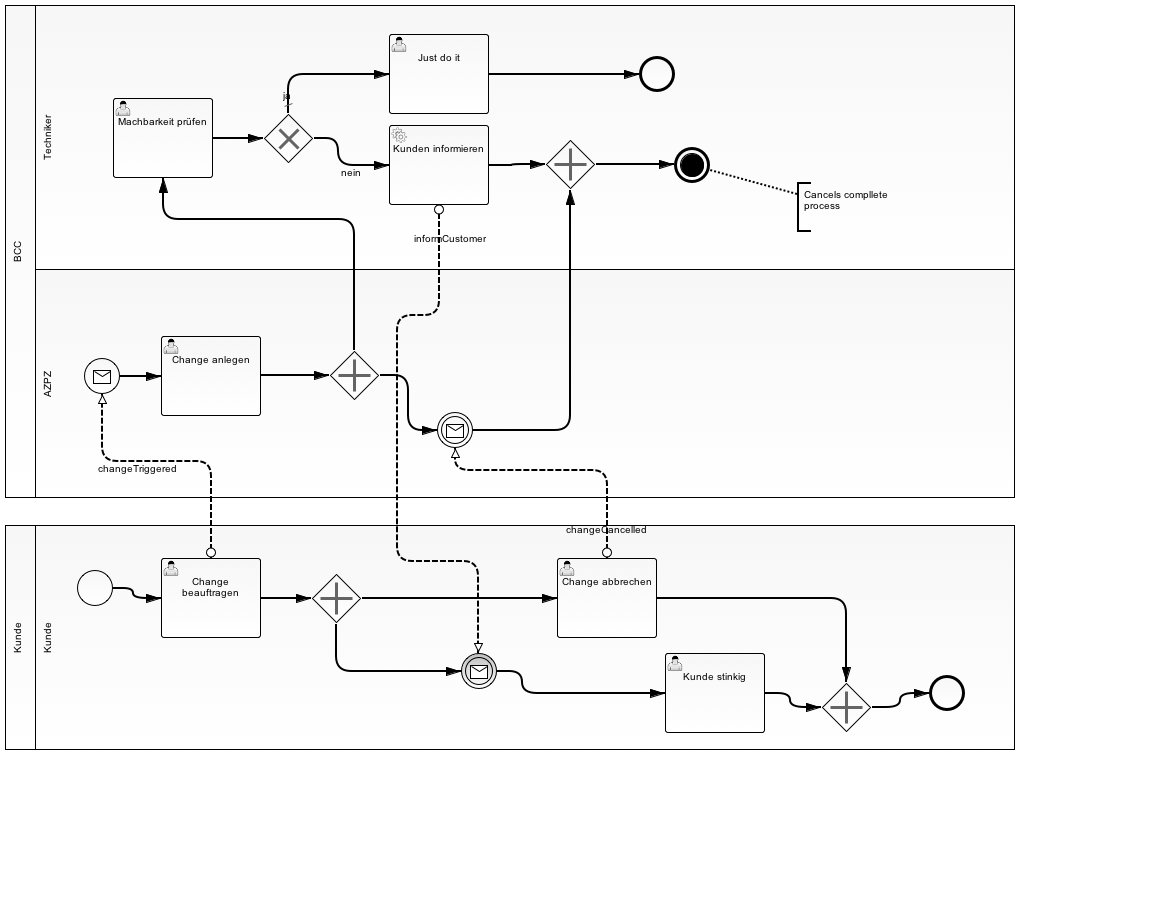
gheddie/bpmn20_examples keeps this BPMN diagram as change-process/src/main/resources/ChangeProcess.png. Above is the earlier version. Its source is kept beside it as change-process/src/main/resources/ChangeProcess.bpmn. Ids are renumbered.
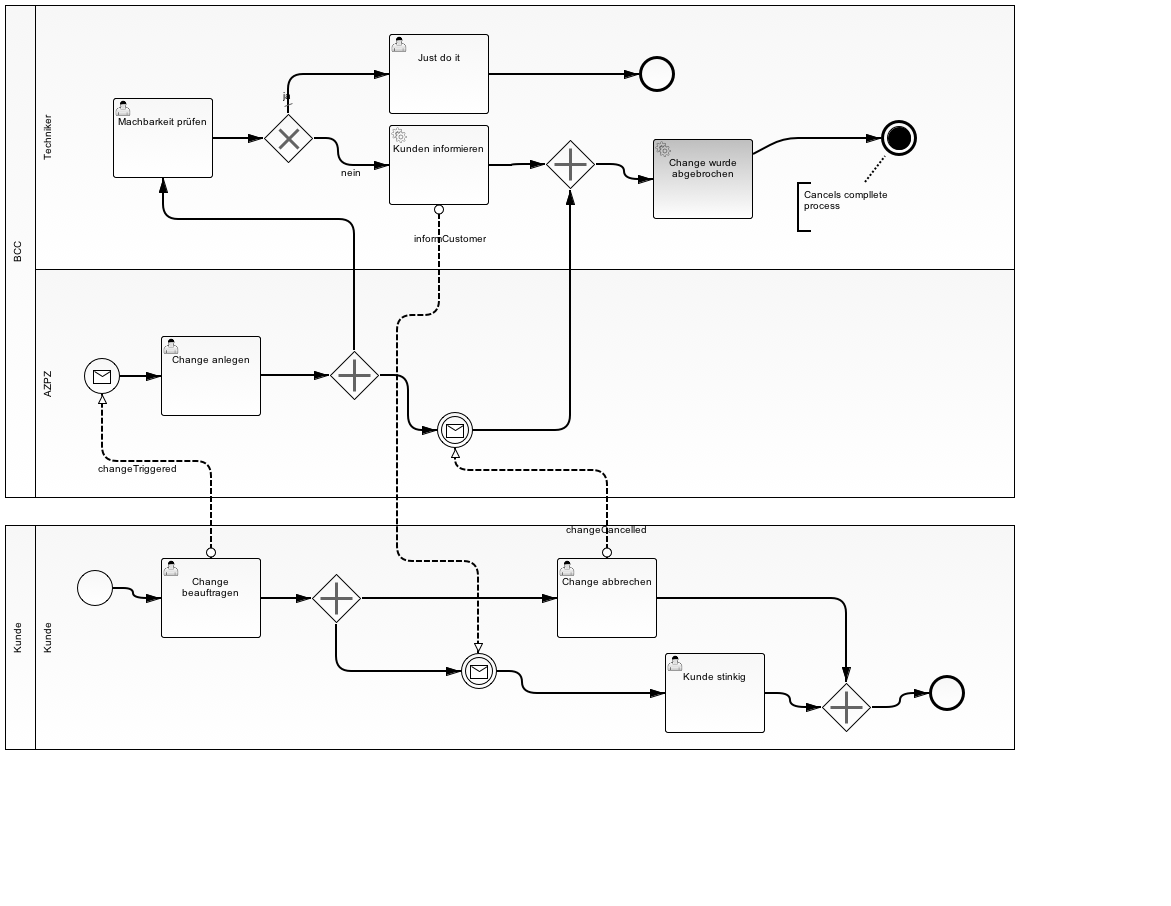
Above is the later version.

Change to the diagram source:
```diff
@@ -14,8 +14,9 @@
         <bpmn2:flowNodeRef>UserTask_5</bpmn2:flowNodeRef>
         <bpmn2:flowNodeRef>UserTask_6</bpmn2:flowNodeRef>
         <bpmn2:flowNodeRef>EndEvent_5</bpmn2:flowNodeRef>
+        <bpmn2:flowNodeRef>ParallelGateway_3</bpmn2:flowNodeRef>
         <bpmn2:flowNodeRef>EndEvent_6</bpmn2:flowNodeRef>
-        <bpmn2:flowNodeRef>ParallelGateway_3</bpmn2:flowNodeRef>
+        <bpmn2:flowNodeRef>ServiceTask_1</bpmn2:flowNodeRef>
       </bpmn2:lane>
       <bpmn2:lane id="Lane_3" name="AZPZ">
         <bpmn2:flowNodeRef>StartEvent_2</bpmn2:flowNodeRef>
@@ -79,16 +80,21 @@
     </bpmn2:endEvent>
     <bpmn2:sequenceFlow id="SequenceFlow_22" name="" sourceRef="UserTask_5" targetRef="EndEvent_5"/>
     <bpmn2:sequenceFlow id="SequenceFlow_25" name="" sourceRef="UserTask_6" targetRef="ParallelGateway_3"/>
-    <bpmn2:endEvent id="EndEvent_6">
-      <bpmn2:incoming>SequenceFlow_26</bpmn2:incoming>
-      <bpmn2:terminateEventDefinition id="_TerminateEventDefinition_3"/>
-    </bpmn2:endEvent>
     <bpmn2:parallelGateway id="ParallelGateway_3">
       <bpmn2:incoming>SequenceFlow_25</bpmn2:incoming>
       <bpmn2:incoming>SequenceFlow_3</bpmn2:incoming>
-      <bpmn2:outgoing>SequenceFlow_26</bpmn2:outgoing>
+      <bpmn2:outgoing>SequenceFlow_4</bpmn2:outgoing>
     </bpmn2:parallelGateway>
-    <bpmn2:sequenceFlow id="SequenceFlow_26" name="" sourceRef="ParallelGateway_3" targetRef="EndEvent_6"/>
+    <bpmn2:endEvent id="EndEvent_6">
+      <bpmn2:incoming>SequenceFlow_7</bpmn2:incoming>
+      <bpmn2:terminateEventDefinition id="_TerminateEventDefinition_3"/>
+    </bpmn2:endEvent>
+    <bpmn2:sequenceFlow id="SequenceFlow_4" name="" sourceRef="ParallelGateway_3" targetRef="ServiceTask_1"/>
+    <bpmn2:serviceTask id="ServiceTask_1" camunda:class="de.gravitex.bpmn.delegate.CancelConfirmDelegate" name="Change wurde abgebrochen">
+      <bpmn2:incoming>SequenceFlow_4</bpmn2:incoming>
+      <bpmn2:outgoing>SequenceFlow_7</bpmn2:outgoing>
+    </bpmn2:serviceTask>
+    <bpmn2:sequenceFlow id="SequenceFlow_7" name="" sourceRef="ServiceTask_1" targetRef="EndEvent_6"/>
     <bpmn2:textAnnotation id="TextAnnotation_1">
       <bpmn2:text>Cancels compllete process</bpmn2:text>
     </bpmn2:textAnnotation>
@@ -380,9 +386,9 @@
         </bpmndi:BPMNLabel>
       </bpmndi:BPMNEdge>
       <bpmndi:BPMNShape id="_BPMNShape_EndEvent_14" bpmnElement="EndEvent_6">
-        <dc:Bounds height="36.0" width="36.0" x="669.0" y="142.0"/>
+        <dc:Bounds height="36.0" width="36.0" x="876.0" y="115.0"/>
         <bpmndi:BPMNLabel>
-          <dc:Bounds height="0.0" width="0.0" x="687.0" y="183.0"/>
+          <dc:Bounds height="0.0" width="0.0" x="894.0" y="156.0"/>
         </bpmndi:BPMNLabel>
       </bpmndi:BPMNShape>
       <bpmndi:BPMNEdge id="BPMNEdge_SequenceFlow_22" bpmnElement="SequenceFlow_22" sourceElement="_BPMNShape_UserTask_17" targetElement="_BPMNShape_EndEvent_13">
@@ -390,8 +396,8 @@
         <di:waypoint xsi:type="dc:Point" x="634.0" y="69.0"/>
       </bpmndi:BPMNEdge>
       <bpmndi:BPMNEdge id="BPMNEdge_Association_2" bpmnElement="Association_2" sourceElement="_BPMNShape_TextAnnotation_2" targetElement="_BPMNShape_EndEvent_14">
-        <di:waypoint xsi:type="dc:Point" x="792.0" y="189.0"/>
-        <di:waypoint xsi:type="dc:Point" x="705.0" y="165.0"/>
+        <di:waypoint xsi:type="dc:Point" x="860.0" y="177.0"/>
+        <di:waypoint xsi:type="dc:Point" x="880.0" y="151.0"/>
       </bpmndi:BPMNEdge>
       <bpmndi:BPMNShape id="_BPMNShape_UserTask_19" bpmnElement="UserTask_7">
         <dc:Bounds height="80.0" width="100.0" x="660.0" y="648.0"/>
@@ -426,13 +432,6 @@
           <dc:Bounds height="6.0" width="6.0" x="505.0" y="159.0"/>
         </bpmndi:BPMNLabel>
       </bpmndi:BPMNEdge>
-      <bpmndi:BPMNEdge id="BPMNEdge_SequenceFlow_26" bpmnElement="SequenceFlow_26" sourceElement="_BPMNShape_ParallelGateway_4" targetElement="_BPMNShape_EndEvent_14">
-        <di:waypoint xsi:type="dc:Point" x="590.0" y="159.0"/>
-        <di:waypoint xsi:type="dc:Point" x="669.0" y="160.0"/>
-        <bpmndi:BPMNLabel>
-          <dc:Bounds height="6.0" width="6.0" x="592.0" y="159.0"/>
-        </bpmndi:BPMNLabel>
-      </bpmndi:BPMNEdge>
       <bpmndi:BPMNShape id="_BPMNShape_ParallelGateway_5" bpmnElement="ParallelGateway_4">
         <dc:Bounds height="50.0" width="50.0" x="816.0" y="677.0"/>
         <bpmndi:BPMNLabel>
@@ -457,6 +456,27 @@
           <dc:Bounds height="6.0" width="6.0" x="892.0" y="701.0"/>
         </bpmndi:BPMNLabel>
       </bpmndi:BPMNEdge>
+      <bpmndi:BPMNShape id="_BPMNShape_ServiceTask_4" bpmnElement="ServiceTask_1">
+        <dc:Bounds height="80.0" width="100.0" x="648.0" y="134.0"/>
+      </bpmndi:BPMNShape>
+      <bpmndi:BPMNEdge id="BPMNEdge_SequenceFlow_4" bpmnElement="SequenceFlow_4" sourceElement="_BPMNShape_ParallelGateway_4" targetElement="_BPMNShape_ServiceTask_4">
+        <di:waypoint xsi:type="dc:Point" x="590.0" y="159.0"/>
+        <di:waypoint xsi:type="dc:Point" x="619.0" y="159.0"/>
+        <di:waypoint xsi:type="dc:Point" x="619.0" y="174.0"/>
+        <di:waypoint xsi:type="dc:Point" x="648.0" y="174.0"/>
+        <bpmndi:BPMNLabel>
+          <dc:Bounds height="6.0" width="6.0" x="612.0" y="159.0"/>
+        </bpmndi:BPMNLabel>
+      </bpmndi:BPMNEdge>
+      <bpmndi:BPMNEdge id="BPMNEdge_SequenceFlow_8" bpmnElement="SequenceFlow_7" sourceElement="_BPMNShape_ServiceTask_4" targetElement="_BPMNShape_EndEvent_14">
+        <di:waypoint xsi:type="dc:Point" x="748.0" y="148.0"/>
+        <di:waypoint xsi:type="dc:Point" x="778.0" y="133.0"/>
+        <di:waypoint xsi:type="dc:Point" x="812.0" y="133.0"/>
+        <di:waypoint xsi:type="dc:Point" x="876.0" y="133.0"/>
+        <bpmndi:BPMNLabel>
+          <dc:Bounds height="6.0" width="6.0" x="825.0" y="133.0"/>
+        </bpmndi:BPMNLabel>
+      </bpmndi:BPMNEdge>
     </bpmndi:BPMNPlane>
   </bpmndi:BPMNDiagram>
 </bpmn2:definitions>
```
